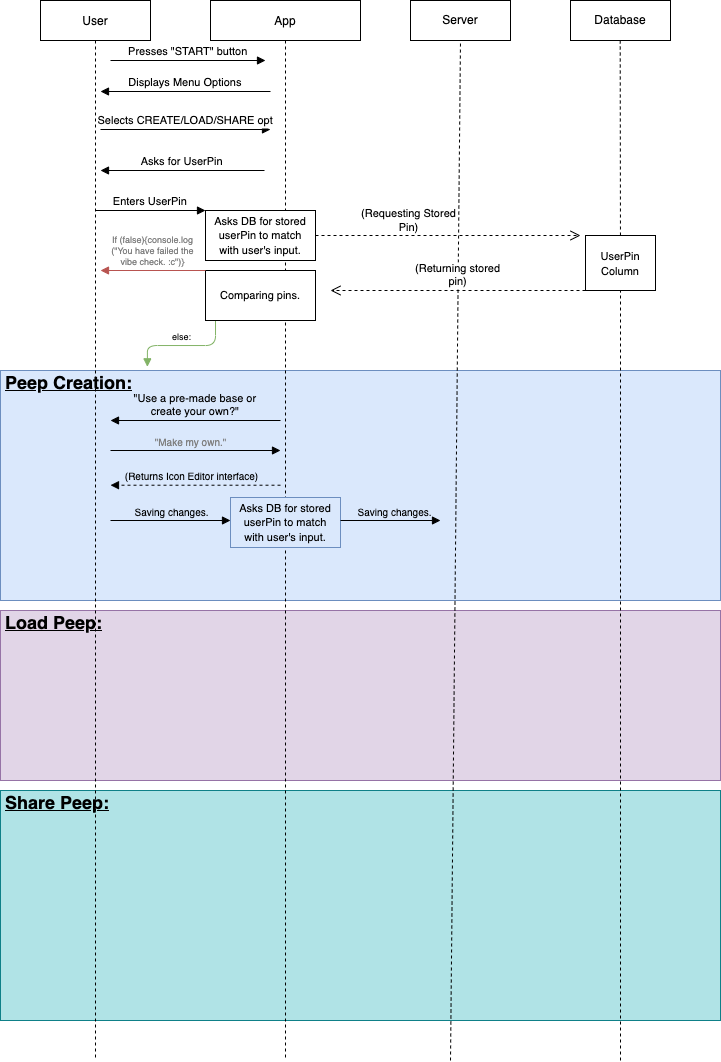
Pomegranule/MultiverseBootcamp keeps this draw.io diagram as peepTracker3.0/UMLs/Untitled Diagram-Page-1.drawio.png. Above is the earlier version. Source tidied: cells renumbered, new cells last; positions are measured from the earlier drawing's top-left corner, leaving out a move shared by most shapes.
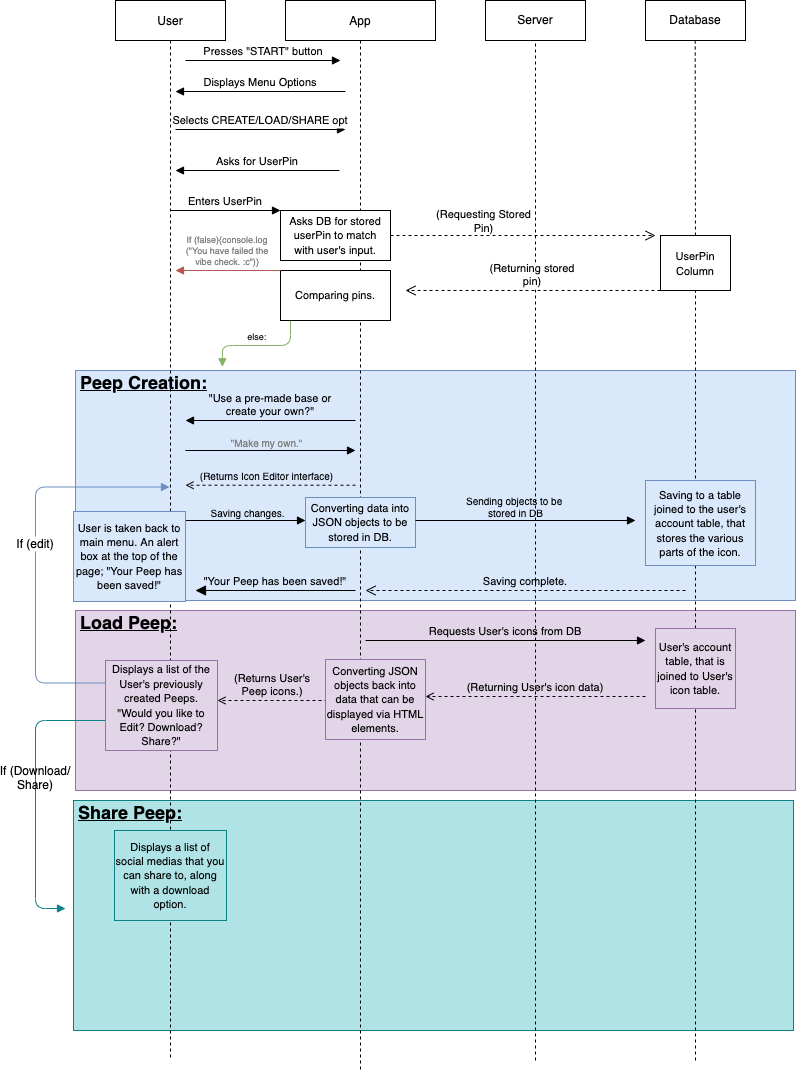
After the change.

Commit message:
Final Peep Tracker 3.0 Sequence Diagram

The edit, as a diff of the source:
```diff
@@ -3,10 +3,10 @@
     <mxCell id="0" />
     <mxCell id="1" parent="0" />
     <mxCell id="2" value="&lt;h1&gt;&lt;u&gt;Share Peep:&lt;/u&gt;&lt;/h1&gt;" style="text;html=1;strokeColor=#0e8088;fillColor=#b0e3e6;spacing=5;spacingTop=-20;whiteSpace=wrap;overflow=hidden;rounded=0;fontSize=9;" parent="1" vertex="1">
-      <mxGeometry y="790" width="720" height="230" as="geometry" />
+      <mxGeometry x="-2" y="800" width="720" height="230" as="geometry" />
     </mxCell>
     <mxCell id="3" value="&lt;h1&gt;&lt;u&gt;Load Peep:&lt;/u&gt;&lt;/h1&gt;" style="text;html=1;strokeColor=#9673a6;fillColor=#e1d5e7;spacing=5;spacingTop=-20;whiteSpace=wrap;overflow=hidden;rounded=0;fontSize=9;" parent="1" vertex="1">
-      <mxGeometry y="610" width="720" height="170" as="geometry" />
+      <mxGeometry y="610" width="720" height="180" as="geometry" />
     </mxCell>
     <mxCell id="4" value="&lt;h1&gt;&lt;u&gt;Peep Creation:&lt;/u&gt;&lt;/h1&gt;" style="text;html=1;strokeColor=#6c8ebf;fillColor=#dae8fc;spacing=5;spacingTop=-20;whiteSpace=wrap;overflow=hidden;rounded=0;fontSize=9;" parent="1" vertex="1">
       <mxGeometry y="370" width="720" height="230" as="geometry" />
@@ -25,8 +25,19 @@
         <mxPoint x="230" y="129" as="targetPoint" />
       </mxGeometry>
     </mxCell>
+    <mxCell id="35" value="&lt;span style=&quot;font-size: 11px;&quot;&gt;Displays a list of the User's previously created Peeps.&lt;br&gt;&quot;Would you like to Edit? Download? Share?&quot;&lt;br&gt;&lt;/span&gt;" style="rounded=0;whiteSpace=wrap;html=1;labelBackgroundColor=none;fillColor=#e1d5e7;strokeColor=#9673a6;" parent="5" vertex="1">
+      <mxGeometry x="-10" y="660" width="112" height="90" as="geometry" />
+    </mxCell>
+    <mxCell id="36" value="If (edit)" style="verticalAlign=bottom;endArrow=block;shadow=0;strokeWidth=1;exitX=0;exitY=0.25;exitDx=0;exitDy=0;fontSize=12;fontColor=#000000;strokeColor=#6c8ebf;fillColor=#dae8fc;edgeStyle=orthogonalEdgeStyle;entryX=0.491;entryY=0.459;entryDx=0;entryDy=0;entryPerimeter=0;" parent="5" edge="1" source="35" target="5">
+      <mxGeometry relative="1" as="geometry">
+        <Array as="points">
+          <mxPoint x="-80" y="683" />
+          <mxPoint x="-80" y="487" />
+        </Array>
+      </mxGeometry>
+    </mxCell>
     <mxCell id="8" value="App" style="shape=umlLifeline;perimeter=lifelinePerimeter;rounded=0;shadow=0;strokeWidth=1;" parent="1" vertex="1">
-      <mxGeometry x="210" width="150" height="1060" as="geometry" />
+      <mxGeometry x="210" width="150" height="1070" as="geometry" />
     </mxCell>
     <mxCell id="9" value="&lt;span style=&quot;font-size: 11px ; background-color: rgb(255 , 255 , 255)&quot;&gt;Asks DB for stored userPin to match&lt;/span&gt;&lt;br style=&quot;padding: 0px ; margin: 0px ; font-size: 11px&quot;&gt;&lt;span style=&quot;font-size: 11px ; background-color: rgb(255 , 255 , 255)&quot;&gt;with user's input.&lt;/span&gt;" style="rounded=0;whiteSpace=wrap;html=1;" parent="8" vertex="1">
       <mxGeometry x="-5" y="210" width="110" height="50" as="geometry" />
@@ -34,9 +45,18 @@
     <mxCell id="10" value="&lt;span style=&quot;font-size: 11px ; background-color: rgb(255 , 255 , 255)&quot;&gt;Comparing pins.&lt;/span&gt;" style="rounded=0;whiteSpace=wrap;html=1;" parent="8" vertex="1">
       <mxGeometry x="-5" y="270" width="110" height="50" as="geometry" />
     </mxCell>
-    <mxCell id="11" value="&lt;span style=&quot;font-size: 11px;&quot;&gt;Asks DB for stored userPin to match&lt;/span&gt;&lt;br style=&quot;padding: 0px ; margin: 0px ; font-size: 11px&quot;&gt;&lt;span style=&quot;font-size: 11px;&quot;&gt;with user's input.&lt;/span&gt;" style="rounded=0;whiteSpace=wrap;html=1;labelBackgroundColor=none;fillColor=#dae8fc;strokeColor=#6c8ebf;" parent="8" vertex="1">
+    <mxCell id="11" value="&lt;span style=&quot;font-size: 11px;&quot;&gt;Converting data into JSON objects to be stored in DB.&lt;/span&gt;" style="rounded=0;whiteSpace=wrap;html=1;labelBackgroundColor=none;fillColor=#dae8fc;strokeColor=#6c8ebf;" parent="8" vertex="1">
       <mxGeometry x="20" y="497" width="110" height="50" as="geometry" />
     </mxCell>
+    <mxCell id="37" value="(Returns User's&#10;Peep icons.)" style="verticalAlign=bottom;endArrow=open;shadow=0;strokeWidth=1;labelBackgroundColor=none;dashed=1;endFill=0;" parent="8" edge="1">
+      <mxGeometry relative="1" as="geometry">
+        <mxPoint x="42" y="700" as="sourcePoint" />
+        <mxPoint x="-68" y="700" as="targetPoint" />
+      </mxGeometry>
+    </mxCell>
+    <mxCell id="38" value="&lt;span style=&quot;font-size: 11px;&quot;&gt;Converting JSON objects back into data that can be displayed via HTML elements.&lt;/span&gt;" style="rounded=0;whiteSpace=wrap;html=1;labelBackgroundColor=none;fillColor=#e1d5e7;strokeColor=#9673a6;" parent="8" vertex="1">
+      <mxGeometry x="40" y="659" width="100" height="80" as="geometry" />
+    </mxCell>
     <mxCell id="12" value="Presses &quot;START&quot; button" style="verticalAlign=bottom;endArrow=block;entryX=0;entryY=0;shadow=0;strokeWidth=1;" parent="1" edge="1">
       <mxGeometry relative="1" as="geometry">
         <mxPoint x="110" y="60" as="sourcePoint" />
@@ -57,7 +77,7 @@
     </mxCell>
     <mxCell id="16" style="endArrow=none;dashed=1;html=1;rounded=0;entryX=0.5;entryY=1;entryDx=0;entryDy=0;" parent="1" edge="1" target="14">
       <mxGeometry relative="1" as="geometry">
-        <mxPoint x="450" y="1060" as="sourcePoint" />
+        <mxPoint x="460" y="1060" as="sourcePoint" />
       </mxGeometry>
     </mxCell>
     <mxCell id="17" style="endArrow=none;dashed=1;html=1;rounded=0;entryX=0.5;entryY=1;entryDx=0;entryDy=0;startArrow=none;" parent="1" edge="1" source="33">
@@ -113,7 +133,7 @@
         <mxPoint x="15" y="-6" as="offset" />
       </mxGeometry>
     </mxCell>
-    <mxCell id="27" style="verticalAlign=bottom;endArrow=block;shadow=0;strokeWidth=1;labelBackgroundColor=none;dashed=1;" parent="1" edge="1">
+    <mxCell id="27" style="verticalAlign=bottom;endArrow=open;shadow=0;strokeWidth=1;labelBackgroundColor=none;dashed=1;endFill=0;" parent="1" edge="1">
       <mxGeometry relative="1" as="geometry">
         <mxPoint x="280" y="484.7" as="sourcePoint" />
         <mxPoint x="110" y="484.7" as="targetPoint" />
@@ -138,12 +158,12 @@
     <mxCell id="31" style="verticalAlign=bottom;endArrow=block;shadow=0;strokeWidth=1;labelBackgroundColor=none;" parent="1" edge="1">
       <mxGeometry relative="1" as="geometry">
         <mxPoint x="340" y="520" as="sourcePoint" />
-        <mxPoint x="440" y="520" as="targetPoint" />
+        <mxPoint x="560" y="520" as="targetPoint" />
       </mxGeometry>
     </mxCell>
-    <mxCell id="32" value="&lt;font style=&quot;font-size: 10px&quot;&gt;Saving changes.&lt;/font&gt;" style="edgeLabel;html=1;align=center;verticalAlign=middle;fontSize=10;fontColor=#000000;labelBackgroundColor=none;" parent="31" vertex="1">
+    <mxCell id="32" value="&lt;font style=&quot;font-size: 10px&quot;&gt;Sending objects to be&amp;nbsp;&lt;br&gt;stored in DB&lt;br&gt;&lt;/font&gt;" style="edgeLabel;html=1;align=center;verticalAlign=middle;fontSize=10;fontColor=#000000;labelBackgroundColor=none;" parent="31" vertex="1">
       <mxGeometry x="-0.24" y="3" relative="1" as="geometry">
-        <mxPoint x="15" y="-6" as="offset" />
+        <mxPoint x="15" y="-12" as="offset" />
       </mxGeometry>
     </mxCell>
     <mxCell id="33" value="&lt;span style=&quot;font-size: 11px ; background-color: rgb(255 , 255 , 255)&quot;&gt;UserPin Column&lt;/span&gt;" style="rounded=0;whiteSpace=wrap;html=1;" parent="1" vertex="1">
@@ -154,5 +174,51 @@
         <mxPoint x="620" y="1060" as="sourcePoint" />
       </mxGeometry>
     </mxCell>
+    <mxCell id="39" value="&lt;span style=&quot;font-size: 11px;&quot;&gt;Saving to a table joined to the user's account table, that stores the various parts of the icon.&lt;/span&gt;" style="rounded=0;whiteSpace=wrap;html=1;labelBackgroundColor=none;fillColor=#dae8fc;strokeColor=#6c8ebf;" parent="1" vertex="1">
+      <mxGeometry x="570" y="480" width="110" height="85" as="geometry" />
+    </mxCell>
+    <mxCell id="40" value="Saving complete." style="verticalAlign=bottom;endArrow=open;endSize=8;shadow=0;strokeWidth=1;fillColor=#dae8fc;strokeColor=#000000;labelBackgroundColor=none;dashed=1;" parent="1" edge="1">
+      <mxGeometry relative="1" as="geometry">
+        <mxPoint x="610" y="590" as="sourcePoint" />
+        <mxPoint x="290" y="590" as="targetPoint" />
+      </mxGeometry>
+    </mxCell>
+    <mxCell id="41" value="&lt;span style=&quot;font-size: 11px;&quot;&gt;User is taken back to main menu. An alert box at the top of the page; &quot;Your Peep has been saved!&quot;&lt;/span&gt;" style="rounded=0;whiteSpace=wrap;html=1;labelBackgroundColor=none;fillColor=#dae8fc;strokeColor=#6c8ebf;" parent="1" vertex="1">
+      <mxGeometry x="-2" y="511" width="112" height="90" as="geometry" />
+    </mxCell>
+    <mxCell id="42" value="&quot;Your Peep has been saved!&quot;" style="verticalAlign=bottom;endArrow=block;endSize=8;shadow=0;strokeWidth=1;labelBackgroundColor=none;endFill=1;" parent="1" edge="1">
+      <mxGeometry relative="1" as="geometry">
+        <mxPoint x="280" y="590" as="sourcePoint" />
+        <mxPoint x="120" y="590" as="targetPoint" />
+      </mxGeometry>
+    </mxCell>
+    <mxCell id="43" value="If (Download/&#10;Share)" style="verticalAlign=bottom;endArrow=block;shadow=0;strokeWidth=1;fontSize=12;fontColor=#000000;strokeColor=#0e8088;fillColor=#b0e3e6;edgeStyle=orthogonalEdgeStyle;labelBackgroundColor=none;" parent="1" edge="1">
+      <mxGeometry relative="1" as="geometry">
+        <mxPoint x="30" y="720" as="sourcePoint" />
+        <mxPoint x="-10" y="908" as="targetPoint" />
+        <Array as="points">
+          <mxPoint x="-40" y="720" />
+          <mxPoint x="-40" y="908" />
+        </Array>
+      </mxGeometry>
+    </mxCell>
+    <mxCell id="44" value="Requests User's icons from DB" style="verticalAlign=bottom;endArrow=block;shadow=0;strokeWidth=1;labelBackgroundColor=none;" parent="1" edge="1">
+      <mxGeometry relative="1" as="geometry">
+        <mxPoint x="290" y="640" as="sourcePoint" />
+        <mxPoint x="570" y="640" as="targetPoint" />
+      </mxGeometry>
+    </mxCell>
+    <mxCell id="45" value="&lt;span style=&quot;font-size: 11px;&quot;&gt;User's account table, that is joined to User's icon table.&lt;/span&gt;" style="rounded=0;whiteSpace=wrap;html=1;labelBackgroundColor=none;fillColor=#e1d5e7;strokeColor=#9673a6;" parent="1" vertex="1">
+      <mxGeometry x="580" y="628" width="80" height="80" as="geometry" />
+    </mxCell>
+    <mxCell id="46" value="(Returning User's icon data)" style="verticalAlign=bottom;endArrow=open;shadow=0;strokeWidth=1;labelBackgroundColor=none;endFill=0;dashed=1;" parent="1" edge="1">
+      <mxGeometry relative="1" as="geometry">
+        <mxPoint x="570" y="696" as="sourcePoint" />
+        <mxPoint x="350" y="696" as="targetPoint" />
+      </mxGeometry>
+    </mxCell>
+    <mxCell id="47" value="&lt;span style=&quot;font-size: 11px;&quot;&gt;Displays a list of social medias that you can share to, along with a download option.&lt;br&gt;&lt;/span&gt;" style="rounded=0;whiteSpace=wrap;html=1;labelBackgroundColor=none;fillColor=#b0e3e6;strokeColor=#0e8088;" parent="1" vertex="1">
+      <mxGeometry x="39" y="830" width="112" height="90" as="geometry" />
+    </mxCell>
   </root>
 </mxGraphModel>
```
